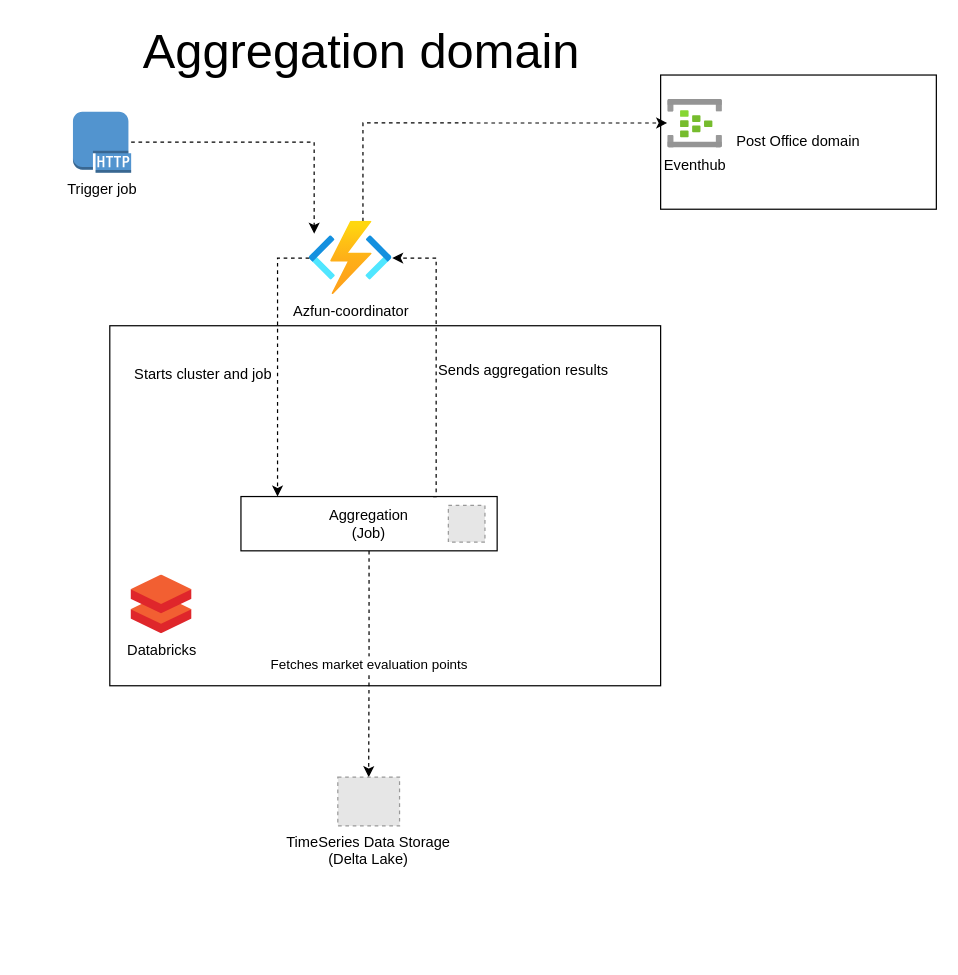
Above: docs/Architecture.drawio in Energinet-DataHub/ARCHIVED-geh-aggregations (draw.io), before the change. Source tidied: cells renumbered, new cells numbered last; positions are measured from the earlier drawing's top-left corner, leaving out a move shared by most shapes. Both pictures are drawn from the tidied source at 122%, with x=0, y=0 at pixel (21, 38). Pictures stored in the file or linked from it are replaced by grey dashed boxes.
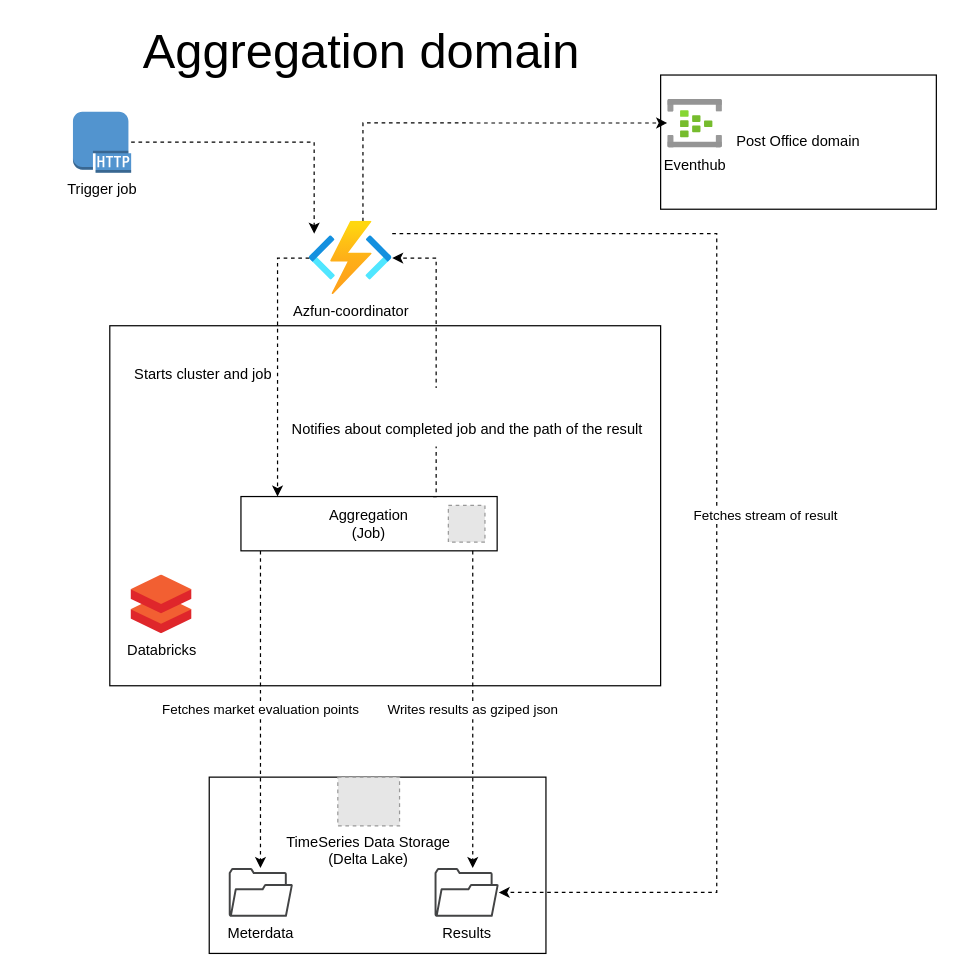
The same diagram, later.

The change refers to these unchanged cells:
```xml
<mxCell id="5" value="Aggregation&lt;br&gt;(Job)" style="rounded=0;whiteSpace=wrap;html=1;" parent="1" vertex="1">
  <mxGeometry x="180" y="375.5" width="210" height="44.5" as="geometry" />
</mxCell>
<mxCell id="6" value="TimeSeries Data Storage&#10;(Delta Lake)" style="fillColor=#E6E6E6;strokeColor=#999999;dashed=1;verticalLabelPosition=bottom;labelBackgroundColor=#ffffff;verticalAlign=top;" parent="1" vertex="1">
  <mxGeometry x="259.4" y="605.5" width="50.6" height="40" as="geometry" />
</mxCell>
<mxCell id="9" value="Azfun-coordinator" style="html=1;points=[];align=center;image;fontSize=12;image=img/lib/azure2/compute/Function_Apps.svg;" parent="1" vertex="1">
  <mxGeometry x="236" y="150" width="68" height="60" as="geometry" />
</mxCell>
```

What changed in the source:
```diff
@@
+    <mxCell id="17" style="rounded=0;whiteSpace=wrap;html=1;" parent="1" vertex="1">
+      <mxGeometry x="154" y="605.5" width="276" height="144.5" as="geometry" />
+    </mxCell>
@@
-    <mxCell id="4" value="Fetches market evaluation points" style="edgeStyle=orthogonalEdgeStyle;rounded=0;jettySize=auto;html=1;entryX=0.5;entryY=0;entryDx=0;entryDy=0;dashed=1;" parent="1" edge="1" source="5" target="6">
-      <mxGeometry relative="1" as="geometry" />
+    <mxCell id="4" value="Fetches market evaluation points" style="edgeStyle=orthogonalEdgeStyle;rounded=0;jettySize=auto;html=1;dashed=1;" parent="1" edge="1" source="5" target="19">
+      <mxGeometry relative="1" as="geometry">
+        <Array as="points">
+          <mxPoint x="196" y="490" />
+          <mxPoint x="196" y="490" />
+        </Array>
+      </mxGeometry>
     </mxCell>
@@
+    <mxCell id="18" value="Fetches stream of result" style="edgeStyle=orthogonalEdgeStyle;rounded=0;jettySize=auto;html=1;dashed=1;" parent="1" edge="1" source="9" target="20">
+      <mxGeometry x="0.01" y="40" relative="1" as="geometry">
+        <Array as="points">
+          <mxPoint x="570" y="160" />
+          <mxPoint x="570" y="700" />
+        </Array>
+      </mxGeometry>
+    </mxCell>
@@
-    <mxCell id="11" value="&lt;font style=&quot;font-size: 12px&quot;&gt;Sends aggregation results&lt;/font&gt;" style="edgeStyle=orthogonalEdgeStyle;rounded=0;jettySize=auto;html=1;exitX=0.75;exitY=0;exitDx=0;exitDy=0;dashed=1;fontSize=40;align=left;" parent="1" edge="1" source="5" target="9">
-      <mxGeometry relative="1" as="geometry">
+    <mxCell id="11" value="&lt;font style=&quot;font-size: 12px ; line-height: 80%&quot;&gt;Notifies about completed job and the path of the result&lt;/font&gt;" style="edgeStyle=orthogonalEdgeStyle;rounded=0;jettySize=auto;html=1;exitX=0.75;exitY=0;exitDx=0;exitDy=0;dashed=1;fontSize=40;align=left;" parent="1" edge="1" source="5" target="9">
+      <mxGeometry x="-0.42" y="120" relative="1" as="geometry">
         <Array as="points">
           <mxPoint x="340" y="376" />
           <mxPoint x="340" y="180" />
         </Array>
       </mxGeometry>
     </mxCell>
@@
+    <mxCell id="19" value="Meterdata" style="shadow=0;dashed=0;html=1;strokeColor=none;fillColor=#434445;labelPosition=center;verticalLabelPosition=bottom;verticalAlign=top;align=center;outlineConnect=0;shape=mxgraph.vvd.folder;" parent="1" vertex="1">
+      <mxGeometry x="170" y="680" width="52.6" height="40" as="geometry" />
+    </mxCell>
+    <mxCell id="20" value="Results" style="shadow=0;dashed=0;html=1;strokeColor=none;fillColor=#434445;labelPosition=center;verticalLabelPosition=bottom;verticalAlign=top;align=center;outlineConnect=0;shape=mxgraph.vvd.folder;" parent="1" vertex="1">
+      <mxGeometry x="338.7" y="680" width="52.6" height="40" as="geometry" />
+    </mxCell>
+    <mxCell id="21" value="Writes results as gziped json" style="edgeStyle=orthogonalEdgeStyle;rounded=0;orthogonalLoop=1;jettySize=auto;html=1;dashed=1;" parent="1" edge="1">
+      <mxGeometry relative="1" as="geometry">
+        <mxPoint x="370" y="420" as="sourcePoint" />
+        <mxPoint x="370" y="680" as="targetPoint" />
+        <Array as="points">
+          <mxPoint x="370" y="490" />
+          <mxPoint x="370" y="490" />
+        </Array>
+      </mxGeometry>
+    </mxCell>
```
